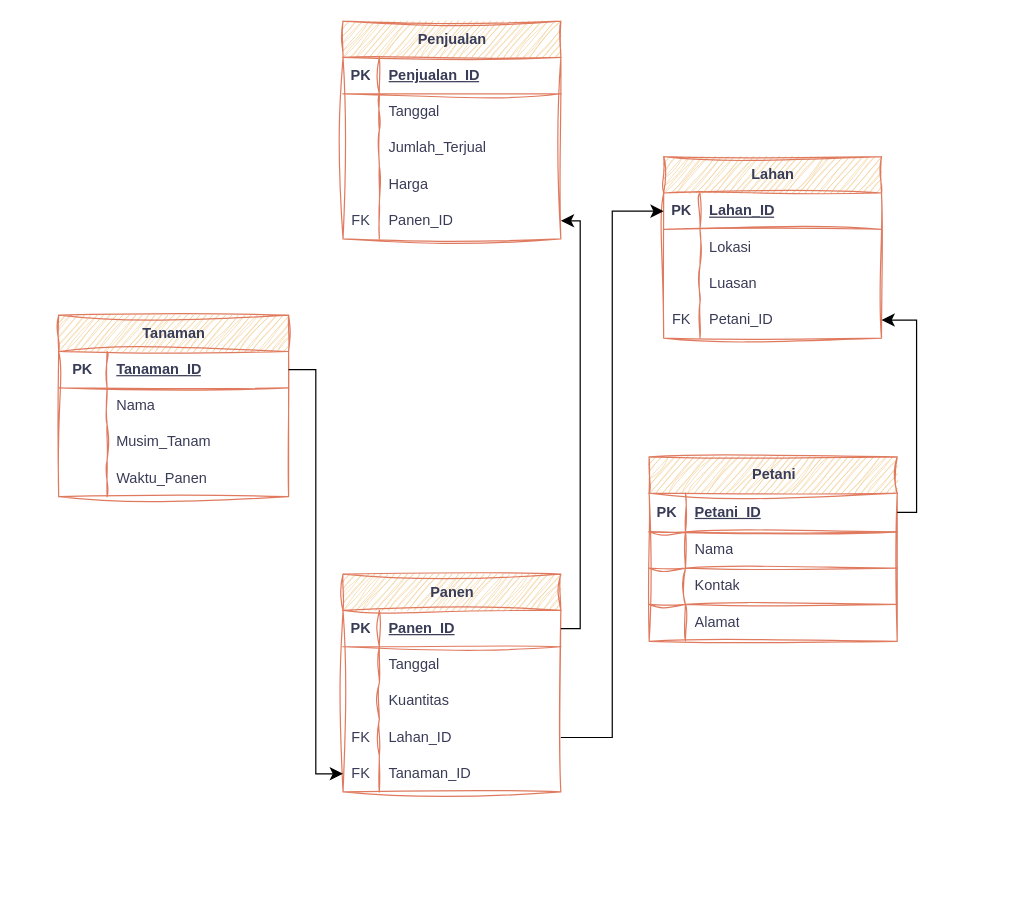
The draw.io diagram Petani.drawio in Mangata-Alpha/datasets, before the edit. Source tidied: cells renumbered, new cells numbered last; positions are measured from the earlier drawing's top-left corner, leaving out a move shared by most shapes. Both pictures are drawn from the tidied source at 121%, with x=0, y=0 at pixel (58, 21).
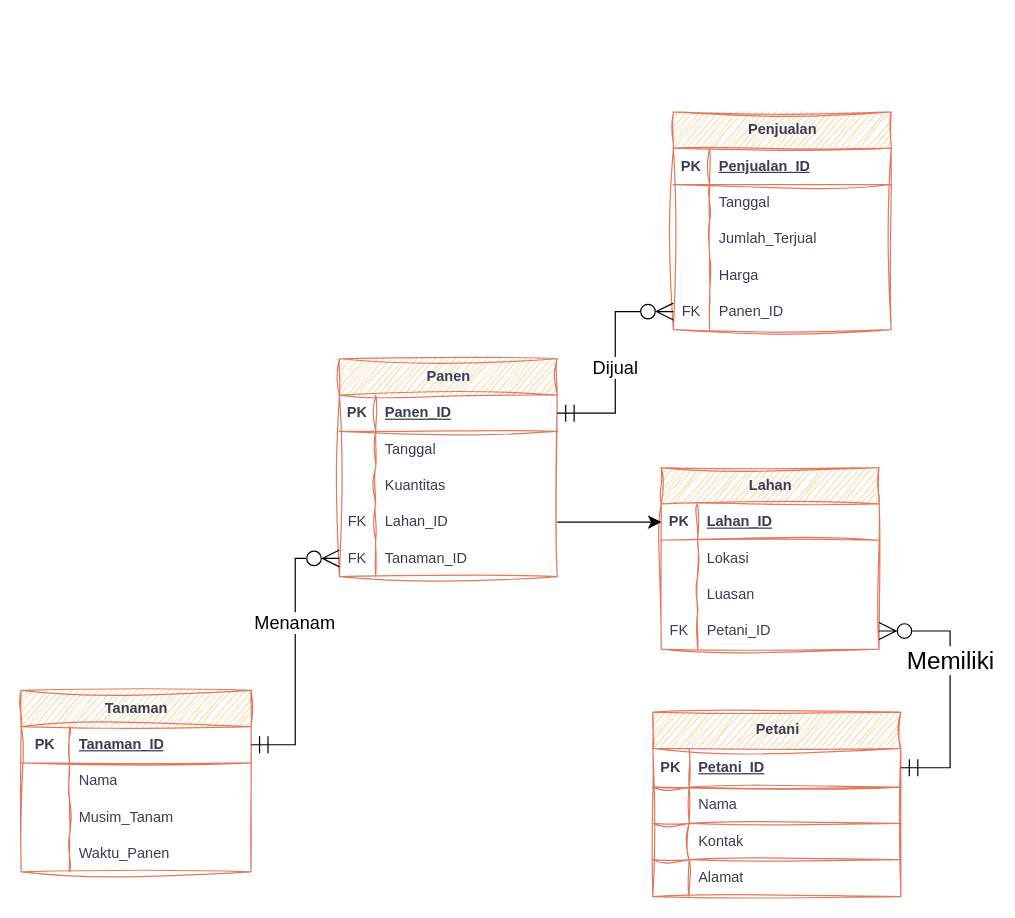
After the change.

Unchanged cells that the change refers to:
```xml
<mxCell id="3" style="shape=tableRow;horizontal=0;startSize=0;swimlaneHead=0;swimlaneBody=0;fillColor=none;points=[[0,0.5],[1,0.5]];portConstraint=eastwest;top=0;left=0;right=0;bottom=1;labelBackgroundColor=none;strokeColor=#E07A5F;fontColor=#393C56;sketch=1;curveFitting=1;jiggle=2;rounded=0;" parent="2" vertex="1">
  <mxGeometry y="30" width="190" height="30" as="geometry" />
</mxCell>
<mxCell id="16" style="shape=tableRow;horizontal=0;startSize=0;swimlaneHead=0;swimlaneBody=0;fillColor=none;points=[[0,0.5],[1,0.5]];portConstraint=eastwest;top=0;left=0;right=0;bottom=1;labelBackgroundColor=none;strokeColor=#E07A5F;fontColor=#393C56;sketch=1;curveFitting=1;jiggle=2;rounded=0;" parent="15" vertex="1">
  <mxGeometry y="30" width="180" height="30" as="geometry" />
</mxCell>
<mxCell id="28" style="shape=tableRow;horizontal=0;startSize=0;swimlaneHead=0;swimlaneBody=0;fillColor=none;points=[[0,0.5],[1,0.5]];portConstraint=eastwest;top=0;left=0;right=0;bottom=0;labelBackgroundColor=none;strokeColor=#E07A5F;fontColor=#393C56;sketch=1;curveFitting=1;jiggle=2;rounded=0;" parent="15" vertex="1">
  <mxGeometry y="150" width="180" height="30" as="geometry" />
</mxCell>
<mxCell id="32" style="shape=tableRow;horizontal=0;startSize=0;swimlaneHead=0;swimlaneBody=0;fillColor=none;points=[[0,0.5],[1,0.5]];portConstraint=eastwest;top=0;left=0;right=0;bottom=1;labelBackgroundColor=none;strokeColor=#E07A5F;fontColor=#393C56;sketch=1;curveFitting=1;jiggle=2;rounded=0;" parent="31" vertex="1">
  <mxGeometry y="30" width="205" height="32" as="geometry" />
</mxCell>
<mxCell id="54" style="shape=tableRow;horizontal=0;startSize=0;swimlaneHead=0;swimlaneBody=0;fillColor=none;points=[[0,0.5],[1,0.5]];portConstraint=eastwest;top=0;left=0;right=0;bottom=0;labelBackgroundColor=none;strokeColor=#E07A5F;fontColor=#393C56;sketch=1;curveFitting=1;jiggle=2;rounded=0;swimlaneFillColor=none;" parent="44" vertex="1">
  <mxGeometry y="120" width="180" height="30" as="geometry" />
</mxCell>
<mxCell id="73" style="shape=tableRow;horizontal=0;startSize=0;swimlaneHead=0;swimlaneBody=0;fillColor=none;points=[[0,0.5],[1,0.5]];portConstraint=eastwest;top=0;left=0;right=0;bottom=0;labelBackgroundColor=none;strokeColor=#E07A5F;fontColor=#393C56;sketch=1;curveFitting=1;jiggle=2;rounded=0;" parent="60" vertex="1">
  <mxGeometry y="150" width="180" height="30" as="geometry" />
</mxCell>
```

What changed in the source:
```diff
@@
     <mxCell id="2" value="Tanaman" style="shape=table;startSize=30;childLayout=tableLayout;rowLines=0;fontStyle=1;align=center;html=1;labelBackgroundColor=none;fillColor=#F2CC8F;strokeColor=#E07A5F;fontColor=#393C56;sketch=1;curveFitting=1;jiggle=2;rounded=0;" parent="1" vertex="1">
-      <mxGeometry y="243" width="190" height="150" as="geometry" />
+      <mxGeometry x="-31" y="553" width="190" height="150" as="geometry" />
     </mxCell>
@@
     <mxCell id="15" value="Panen" style="shape=table;startSize=30;childLayout=tableLayout;rowLines=0;fontStyle=1;align=center;html=1;labelBackgroundColor=none;fillColor=#F2CC8F;strokeColor=#E07A5F;fontColor=#393C56;sketch=1;curveFitting=1;jiggle=2;rounded=0;" parent="1" vertex="1">
-      <mxGeometry x="235" y="457" width="180" height="180" as="geometry" />
+      <mxGeometry x="232" y="279" width="180" height="180" as="geometry" />
     </mxCell>
@@
     <mxCell id="31" value="Petani" style="shape=table;startSize=30;childLayout=tableLayout;rowLines=1;fontStyle=1;align=center;html=1;labelBackgroundColor=none;fillColor=#F2CC8F;strokeColor=#E07A5F;fontColor=#393C56;sketch=1;curveFitting=1;jiggle=2;rounded=0;" parent="1" vertex="1">
-      <mxGeometry x="488" y="360" width="205" height="152.5" as="geometry" />
+      <mxGeometry x="491" y="571" width="205" height="152.5" as="geometry" />
     </mxCell>
@@
     <mxCell id="44" value="Lahan" style="shape=table;startSize=30;childLayout=tableLayout;rowLines=0;fontStyle=1;align=center;html=1;labelBackgroundColor=none;fillColor=#F2CC8F;strokeColor=#E07A5F;fontColor=#393C56;sketch=1;curveFitting=1;jiggle=2;rounded=0;swimlaneFillColor=none;" parent="1" vertex="1">
-      <mxGeometry x="500" y="112" width="180" height="150" as="geometry" />
+      <mxGeometry x="498" y="369" width="180" height="150" as="geometry" />
     </mxCell>
@@
-    <mxCell id="58" style="edgeStyle=orthogonalEdgeStyle;rounded=0;jettySize=auto;html=1;exitX=1;exitY=0.5;exitDx=0;exitDy=0;entryX=0;entryY=0.5;entryDx=0;entryDy=0;fontSize=12;startSize=8;endSize=8;strokeColor=default;jumpStyle=sharp;" parent="1" edge="1" source="3" target="28">
+    <mxCell id="58" style="edgeStyle=orthogonalEdgeStyle;rounded=0;jettySize=auto;html=1;exitX=1;exitY=0.5;exitDx=0;exitDy=0;entryX=0;entryY=0.5;entryDx=0;entryDy=0;fontSize=12;startSize=12;endSize=12;strokeColor=default;jumpStyle=sharp;startArrow=ERmandOne;startFill=0;endArrow=ERzeroToMany;endFill=0;" parent="1" edge="1" source="3" target="28">
       <mxGeometry relative="1" as="geometry" />
     </mxCell>
+    <mxCell id="77" value="&lt;font style=&quot;font-size: 15px;&quot;&gt;Menanam&lt;/font&gt;" style="edgeLabel;html=1;align=center;verticalAlign=middle;fontSize=12;" parent="58" vertex="1">
+      <mxGeometry x="0.22" y="1" relative="1" as="geometry" />
+    </mxCell>
-    <mxCell id="59" style="edgeStyle=orthogonalEdgeStyle;rounded=0;jettySize=auto;html=1;exitX=1;exitY=0.5;exitDx=0;exitDy=0;entryX=1;entryY=0.5;entryDx=0;entryDy=0;fontSize=12;startSize=8;endSize=8;libavoidRouting=1;" parent="1" edge="1" source="32" target="54">
+    <mxCell id="59" style="edgeStyle=orthogonalEdgeStyle;rounded=0;jettySize=auto;html=1;exitX=1;exitY=0.5;exitDx=0;exitDy=0;entryX=1;entryY=0.5;entryDx=0;entryDy=0;fontSize=12;startSize=12;endSize=12;endArrow=ERzeroToMany;endFill=0;startArrow=ERmandOne;startFill=0;" parent="1" edge="1" source="32" target="54">
       <mxGeometry relative="1" as="geometry">
         <Array as="points">
-          <mxPoint x="709" y="406" />
-          <mxPoint x="709" y="247" />
+          <mxPoint x="736.7" y="617" />
+          <mxPoint x="736.7" y="504" />
         </Array>
       </mxGeometry>
     </mxCell>
+    <mxCell id="78" value="&lt;font style=&quot;font-size: 20px;&quot;&gt;Memiliki&lt;/font&gt;" style="edgeLabel;html=1;align=center;verticalAlign=middle;fontSize=12;" parent="59" vertex="1">
+      <mxGeometry x="0.22" relative="1" as="geometry" />
+    </mxCell>
     <mxCell id="60" value="Penjualan" style="shape=table;startSize=30;childLayout=tableLayout;rowLines=0;fontStyle=1;align=center;html=1;labelBackgroundColor=none;fillColor=#F2CC8F;strokeColor=#E07A5F;fontColor=#393C56;sketch=1;curveFitting=1;jiggle=2;rounded=0;" parent="1" vertex="1">
-      <mxGeometry x="235" width="180" height="180" as="geometry" />
+      <mxGeometry x="508" y="75" width="180" height="180" as="geometry" />
     </mxCell>
@@
-    <mxCell id="76" style="edgeStyle=orthogonalEdgeStyle;rounded=0;jettySize=auto;html=1;exitX=1;exitY=0.5;exitDx=0;exitDy=0;entryX=1;entryY=0.5;entryDx=0;entryDy=0;fontSize=12;startSize=8;endSize=8;libavoidRouting=1;" parent="1" edge="1" source="16" target="73">
+    <mxCell id="76" style="edgeStyle=orthogonalEdgeStyle;rounded=0;jettySize=auto;html=1;exitX=1;exitY=0.5;exitDx=0;exitDy=0;entryX=0;entryY=0.5;entryDx=0;entryDy=0;fontSize=12;startSize=12;endSize=12;libavoidRouting=1;startArrow=ERmandOne;startFill=0;endArrow=ERzeroToMany;endFill=0;" parent="1" edge="1" source="16" target="73">
       <mxGeometry relative="1" as="geometry">
         <Array as="points">
-          <mxPoint x="431" y="502" />
-          <mxPoint x="431" y="165" />
+          <mxPoint x="460" y="324" />
+          <mxPoint x="460" y="240" />
         </Array>
       </mxGeometry>
     </mxCell>
+    <mxCell id="79" value="&lt;font style=&quot;font-size: 15px;&quot;&gt;Dijual&lt;/font&gt;" style="edgeLabel;html=1;align=center;verticalAlign=middle;fontSize=12;" parent="76" vertex="1">
+      <mxGeometry x="-0.03" y="1" relative="1" as="geometry" />
+    </mxCell>
```
